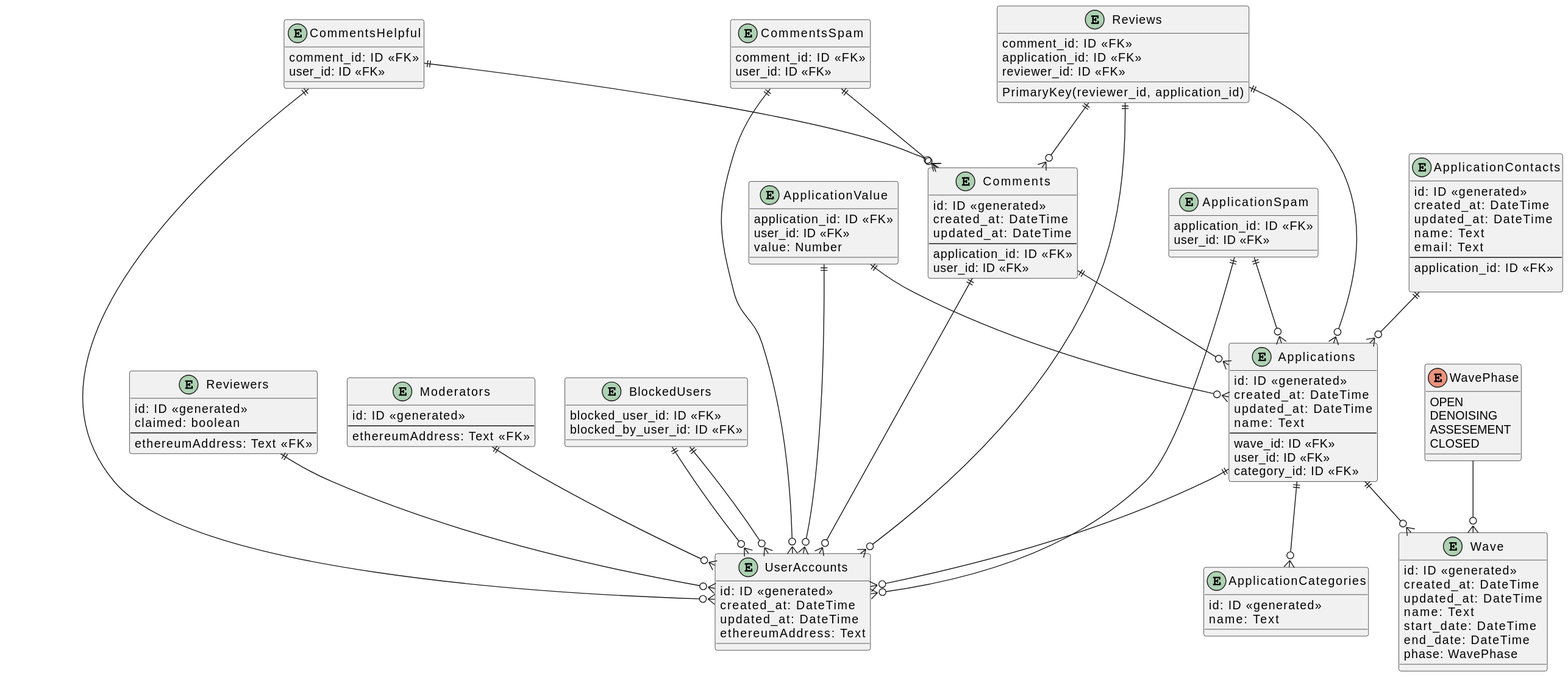
Earlier version of the PlantUML export diagrams/database.svg (WallfacerLabs/popgdp).
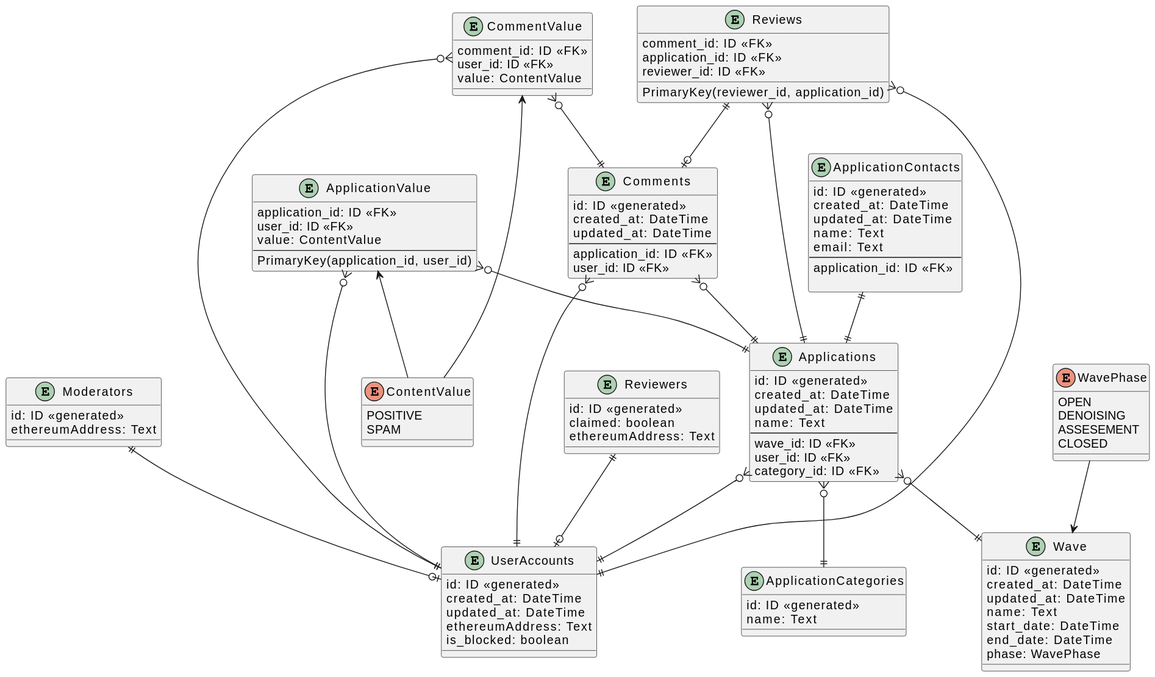
The same file after the commit.

Change to the diagram source:
```diff
@@ -4,24 +4,18 @@
     created_at: DateTime
     updated_at: DateTime
     ethereumAddress: Text
+    is_blocked: boolean
 }
 
 entity Reviewers {
     id: ID <<generated>>
     claimed: boolean
-    --
-    ethereumAddress: Text <<FK>>/'(? depends on requirements)'/
+    ethereumAddress: Text
 }
 
 entity Moderators {
     id: ID <<generated>>
-    --
-    ethereumAddress: Text <<FK>>/'(? depends on requirements)'/
-}
-
-entity BlockedUsers {
-    blocked_user_id: ID <<FK>>
-    blocked_by_user_id: ID <<FK>>
+    ethereumAddress: Text
 }
 
 entity Applications {
@@ -51,15 +45,12 @@
     name: Text
 }
 
-entity ApplicationSpam {
-    application_id: ID <<FK>>
-    user_id: ID <<FK>>
-}
-
 entity ApplicationValue {
     application_id: ID <<FK>>
     user_id: ID <<FK>>
-    value: Number
+    value: ContentValue
+    --
+    PrimaryKey(application_id, user_id)
 }
 
 entity Comments {
@@ -71,14 +62,15 @@
     user_id: ID <<FK>>
 }
 
-entity CommentsSpam {
+entity CommentValue {
     comment_id: ID <<FK>>
     user_id: ID <<FK>>
+    value: ContentValue
 }
 
-entity CommentsHelpful {
-    comment_id: ID <<FK>>
-    user_id: ID <<FK>>
+enum ContentValue {
+    POSITIVE
+    SPAM
 }
 
 entity Reviews {
@@ -100,27 +92,21 @@
 
 }
 
-Reviewers ||--o{ UserAccounts
-Moderators ||--o{ UserAccounts
-Applications ||--o{ Wave
-Applications ||--o{ UserAccounts
-Comments ||--o{ Applications
-Comments ||--o{ UserAccounts
-Reviews ||--o{ Comments
-Reviews ||--o{ Applications
-Reviews ||--o{ UserAccounts
-ApplicationContacts ||--o{ Applications
-BlockedUsers ||--o{ UserAccounts
-BlockedUsers ||--o{ UserAccounts
-Applications ||--o{ ApplicationCategories
-ApplicationSpam ||--o{ Applications
-ApplicationSpam ||--o{ UserAccounts
-CommentsSpam ||--o{ Comments
-CommentsSpam ||--o{ UserAccounts
-CommentsHelpful ||--o{ Comments
-CommentsHelpful ||--o{ UserAccounts
-ApplicationValue ||--o{ Applications
-ApplicationValue ||--o{ UserAccounts
+Reviewers ||--o| UserAccounts
+Moderators ||--o| UserAccounts
+Applications }o--|| Wave
+Applications }o--|| UserAccounts
+Comments }o--|| Applications
+Comments }o--|| UserAccounts
+Reviews ||--o| Comments
+Reviews }o--|| Applications
+Reviews }o--|| UserAccounts
+ApplicationContacts ||--|| Applications
+Applications }o--|| ApplicationCategories
+CommentValue }o--|| Comments
+CommentValue }o--|| UserAccounts
+ApplicationValue }o--|| Applications
+ApplicationValue }o--|| UserAccounts
 
 
 enum WavePhase {
@@ -130,5 +116,8 @@
     CLOSED
 }
 
-WavePhase --o{ Wave
+WavePhase --> Wave
+
+CommentValue <-- ContentValue
+ApplicationValue <-- ContentValue
 @enduml
```
